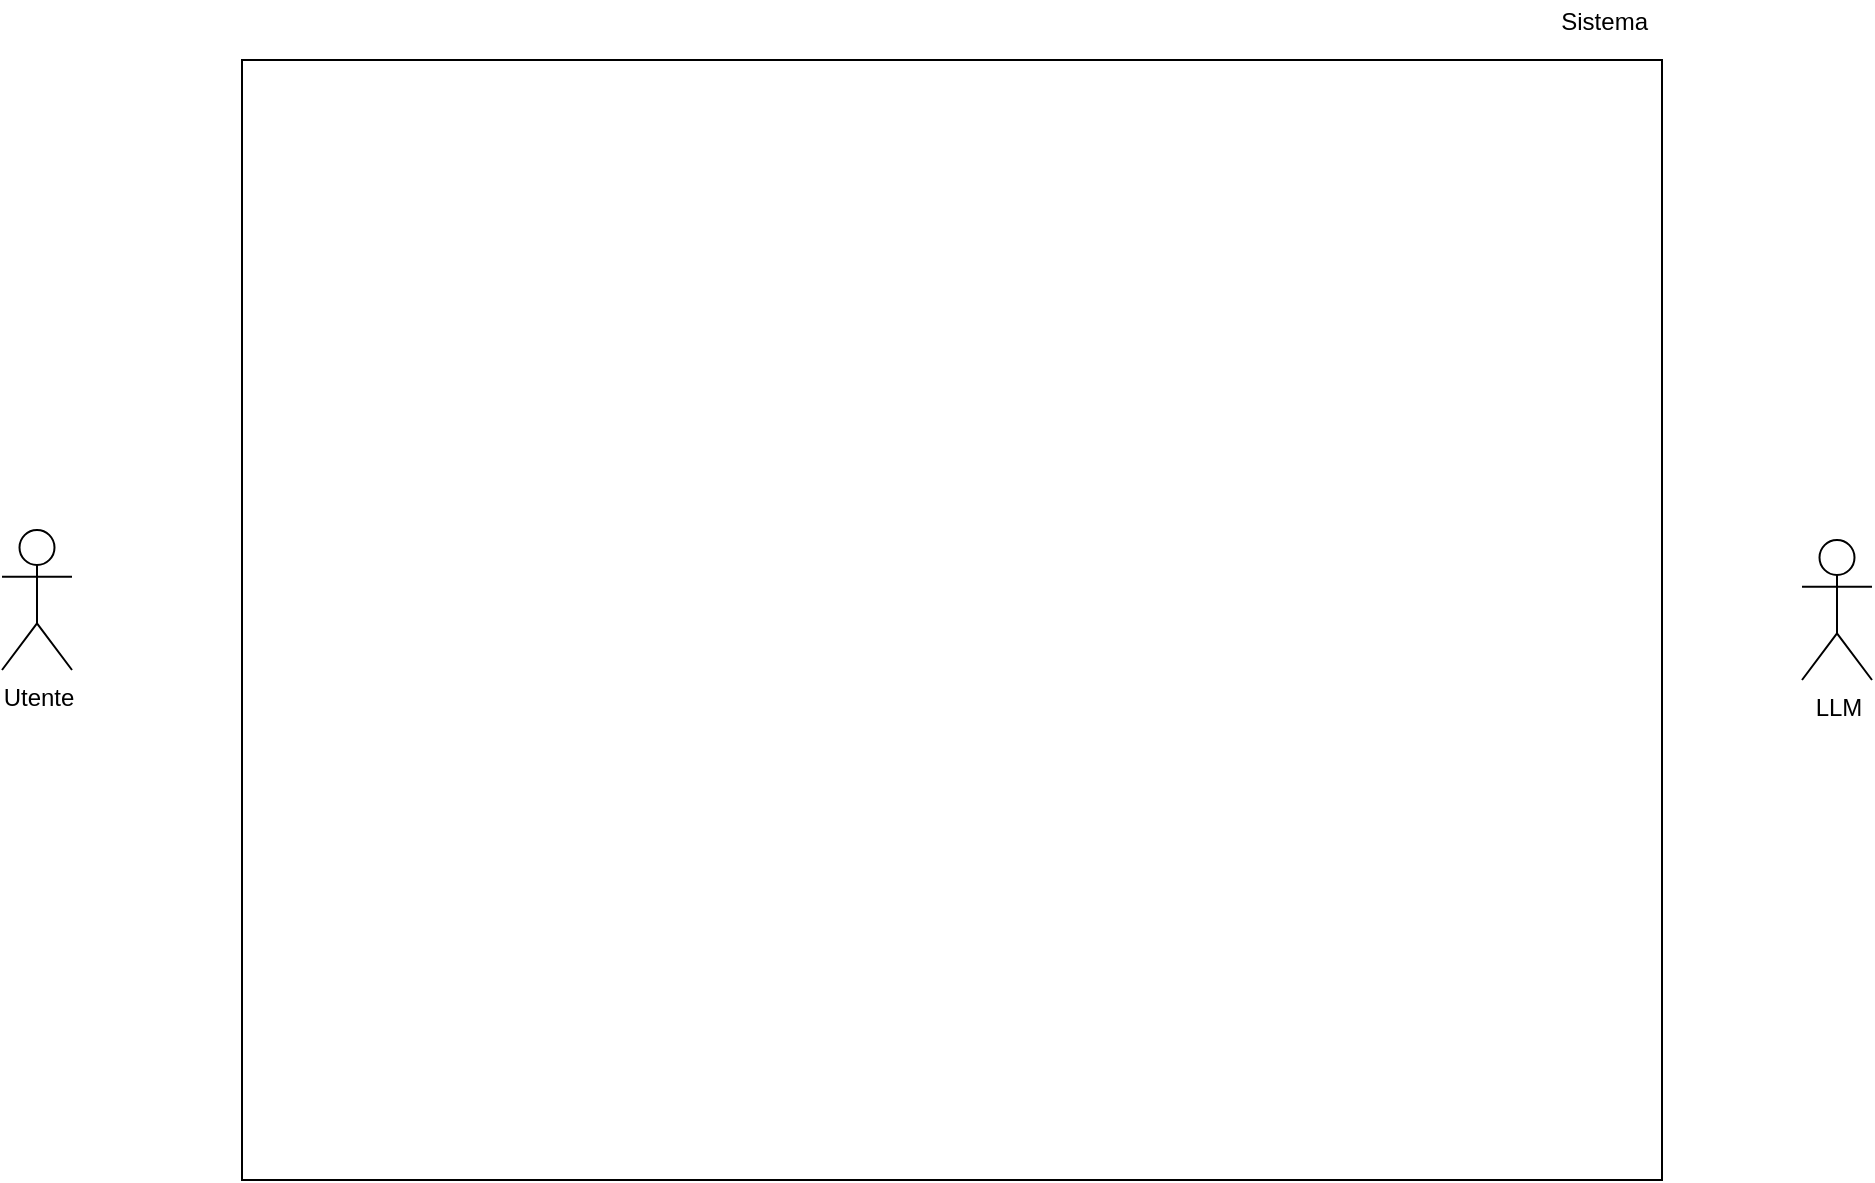
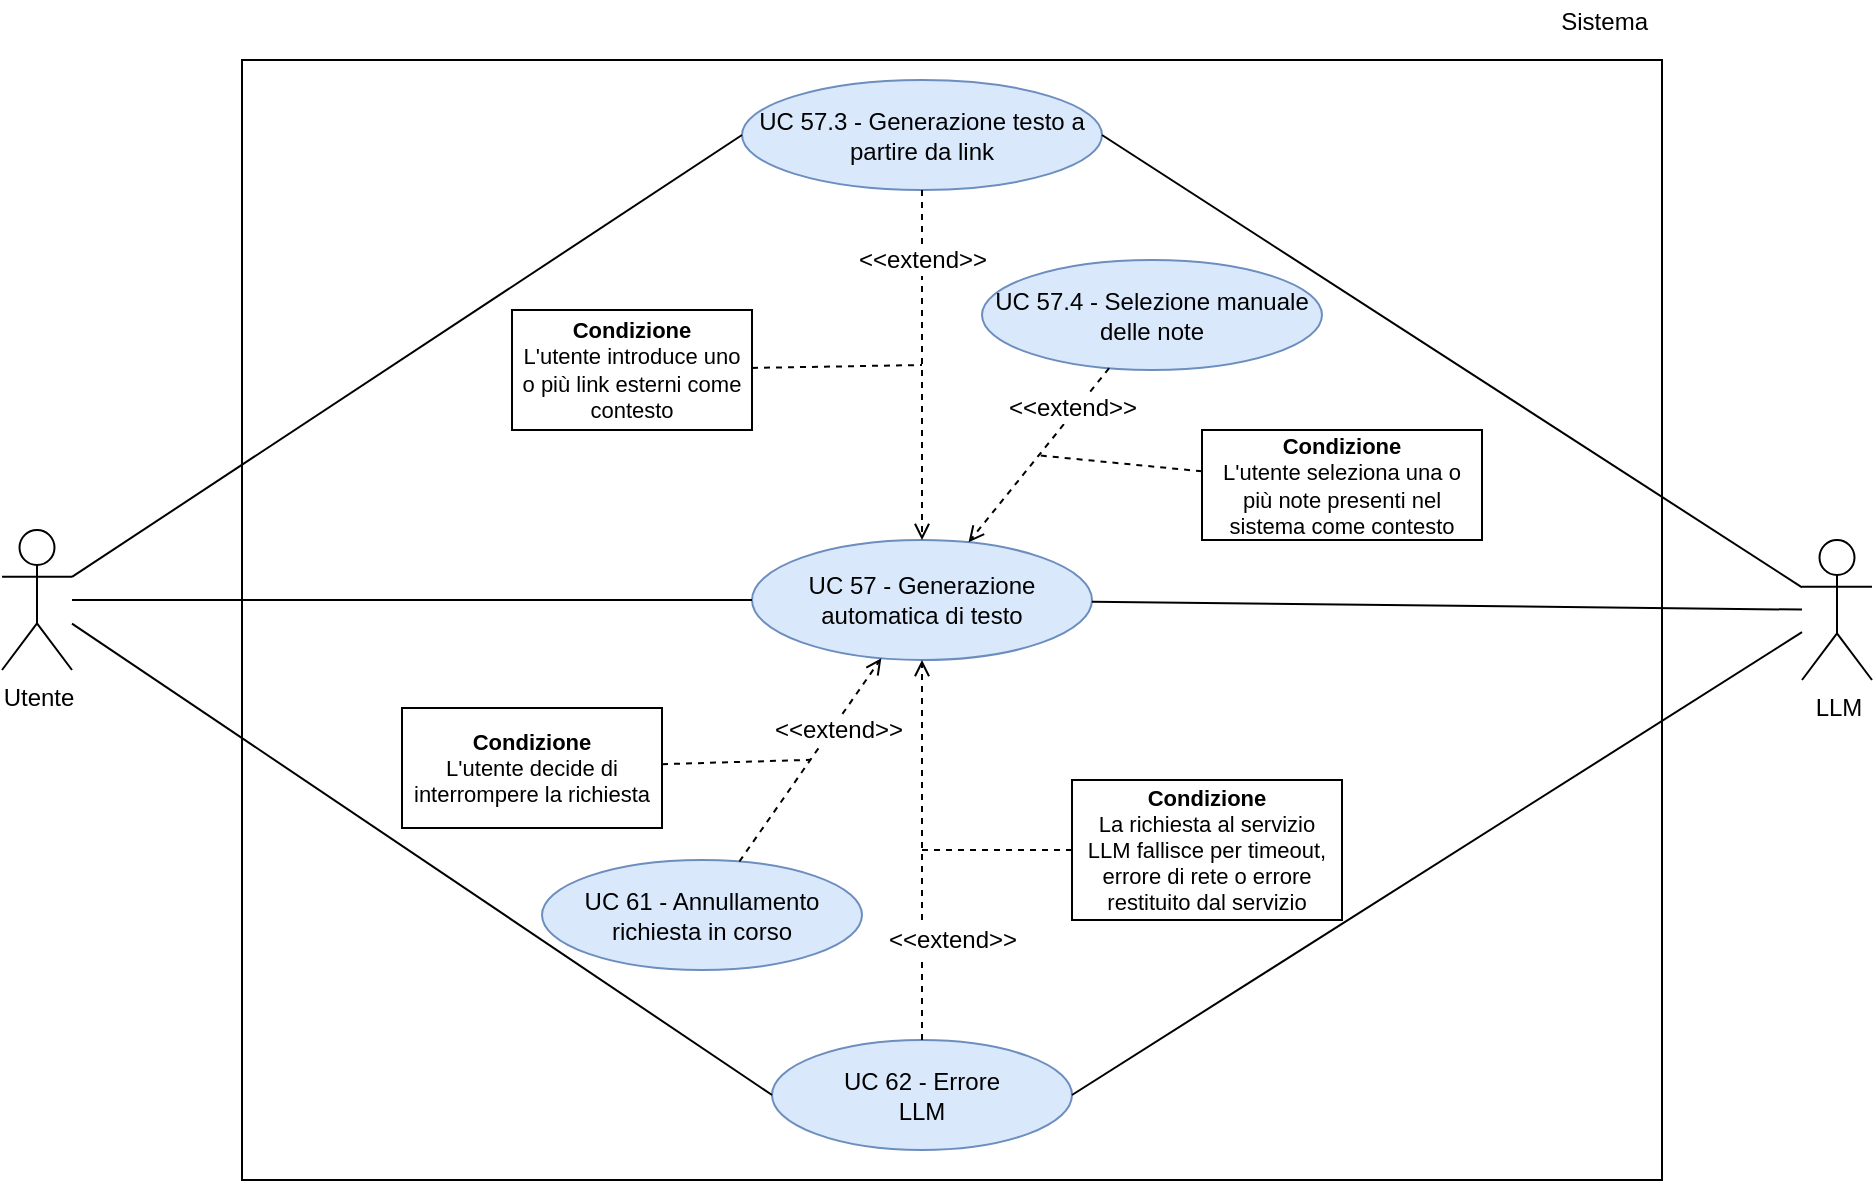
- <mxfile host="Electron" agent="Mozilla/5.0 (Macintosh; Intel Mac OS X 10_15_7) AppleWebKit/537.36 (KHTML, like Gecko) draw.io/29.6.6 Chrome/144.0.7559.236 Electron/40.8.4 Safari/537.36" version="29.6.6">
-   <diagram id="PNzmTykWjYsZv74MU9aZ" name="Page-1">
-     <mxGraphModel dx="976" dy="656" grid="1" gridSize="10" guides="1" tooltips="1" connect="1" arrows="1" fold="1" page="1" pageScale="1" pageWidth="1169" pageHeight="827" math="0" shadow="0">
+ <mxfile host="app.diagrams.net">
+   <diagram name="Page-1" id="S9Sk4aXiUNMs9s_fJHhJ">
+     <mxGraphModel dx="2199" dy="789" grid="1" gridSize="10" guides="1" tooltips="1" connect="1" arrows="1" fold="1" page="1" pageScale="1" pageWidth="850" pageHeight="1100" math="0" shadow="0">
      <root>
        <mxCell id="0" />
        <mxCell id="1" parent="0" />
-         <mxCell id="actor-user" parent="1" style="shape=umlActor;verticalLabelPosition=bottom;verticalAlign=top;html=1;outlineConnect=0;fontSize=12;" value="&lt;font&gt;Utente&lt;/font&gt;" vertex="1">
-           <mxGeometry height="70" width="35" x="160" y="325" as="geometry" />
+         <mxCell id="B4opXix7NniQV_eAezjW-28" parent="1" style="shape=umlActor;verticalLabelPosition=bottom;verticalAlign=top;html=1;outlineConnect=0;fontSize=12;" value="&lt;font&gt;Utente&lt;/font&gt;" vertex="1">
+           <mxGeometry height="70" width="35" x="-10" y="315" as="geometry" />
        </mxCell>
-         <mxCell id="actor-llm" parent="1" style="shape=umlActor;verticalLabelPosition=bottom;verticalAlign=top;html=1;outlineConnect=0;fontSize=12;" value="&lt;font&gt;LLM&lt;/font&gt;" vertex="1">
-           <mxGeometry height="70" width="35" x="1060" y="330" as="geometry" />
+         <mxCell id="B4opXix7NniQV_eAezjW-29" parent="1" style="shape=umlActor;verticalLabelPosition=bottom;verticalAlign=top;html=1;outlineConnect=0;fontSize=12;" value="&lt;font&gt;LLM&lt;/font&gt;" vertex="1">
+           <mxGeometry height="70" width="35" x="890" y="320" as="geometry" />
        </mxCell>
-         <mxCell id="system-boundary" parent="1" style="rounded=0;whiteSpace=wrap;html=1;strokeWidth=1;fontSize=12;" value="" vertex="1">
-           <mxGeometry height="560" width="710" x="280" y="90" as="geometry" />
+         <mxCell id="B4opXix7NniQV_eAezjW-30" parent="1" style="rounded=0;whiteSpace=wrap;html=1;strokeWidth=1;fontSize=12;" value="" vertex="1">
+           <mxGeometry height="560" width="710" x="110" y="80" as="geometry" />
        </mxCell>
-         <mxCell id="system-label" parent="1" style="text;html=1;whiteSpace=wrap;strokeColor=none;fillColor=none;align=right;verticalAlign=middle;fontSize=12;" value="&lt;font&gt;Sistema&lt;/font&gt;" vertex="1">
-           <mxGeometry height="22" width="65" x="920" y="60" as="geometry" />
+         <mxCell id="B4opXix7NniQV_eAezjW-31" parent="1" style="text;html=1;whiteSpace=wrap;strokeColor=none;fillColor=none;align=right;verticalAlign=middle;fontSize=12;" value="&lt;font&gt;Sistema&lt;/font&gt;" vertex="1">
+           <mxGeometry height="22" width="65" x="750" y="50" as="geometry" />
        </mxCell>
- <<<<<<< HEAD
-         <mxCell id="uc55" parent="1" style="ellipse;whiteSpace=wrap;html=1;fillColor=#dae8fc;strokeColor=#6c8ebf;fontSize=12;" value="&lt;font&gt;UC57 - Generazione automatica di testo&lt;br&gt;&lt;/font&gt;" vertex="1">
-           <mxGeometry height="60" width="170" x="535" y="330" as="geometry" />
+         <mxCell id="B4opXix7NniQV_eAezjW-32" parent="1" style="ellipse;whiteSpace=wrap;html=1;fillColor=#dae8fc;strokeColor=#6c8ebf;fontSize=12;" value="&lt;font&gt;UC 57 - Generazione automatica di testo&lt;br&gt;&lt;/font&gt;" vertex="1">
+           <mxGeometry height="60" width="170" x="365" y="320" as="geometry" />
        </mxCell>
-         <mxCell id="uc55-1" parent="1" style="ellipse;whiteSpace=wrap;html=1;fillColor=#dae8fc;strokeColor=#6c8ebf;fontSize=12;" value="&lt;font&gt;UC57.4 - Generazione testo a partire da link&lt;/font&gt;" vertex="1">
-           <mxGeometry height="55" width="180" x="530" y="100" as="geometry" />
+         <mxCell id="B4opXix7NniQV_eAezjW-33" parent="1" style="ellipse;whiteSpace=wrap;html=1;fillColor=#dae8fc;strokeColor=#6c8ebf;fontSize=12;" value="&lt;font&gt;UC 57.3 - Generazione testo a partire da link&lt;/font&gt;" vertex="1">
+           <mxGeometry height="55" width="180" x="360" y="90" as="geometry" />
        </mxCell>
-         <mxCell id="uc62" parent="1" style="ellipse;whiteSpace=wrap;html=1;fillColor=#dae8fc;strokeColor=#6c8ebf;fontSize=12;" value="&lt;font&gt;UC61 - Annullamento&lt;br&gt;richiesta in corso&lt;/font&gt;" vertex="1">
-           <mxGeometry height="55" width="160" x="430" y="490" as="geometry" />
+         <mxCell id="B4opXix7NniQV_eAezjW-34" parent="1" style="ellipse;whiteSpace=wrap;html=1;fillColor=#dae8fc;strokeColor=#6c8ebf;fontSize=12;" value="&lt;font&gt;UC 61 - Annullamento&lt;br&gt;richiesta in corso&lt;/font&gt;" vertex="1">
+           <mxGeometry height="55" width="160" x="260" y="480" as="geometry" />
        </mxCell>
-         <mxCell id="uc63" parent="1" style="ellipse;whiteSpace=wrap;html=1;fillColor=#dae8fc;strokeColor=#6c8ebf;fontSize=12;" value="&lt;font&gt;UC62 - Errore&lt;br&gt;LLM&lt;/font&gt;" vertex="1">
-           <mxGeometry height="55" width="150" x="545" y="580" as="geometry" />
+         <mxCell id="B4opXix7NniQV_eAezjW-35" parent="1" style="ellipse;whiteSpace=wrap;html=1;fillColor=#dae8fc;strokeColor=#6c8ebf;fontSize=12;" value="&lt;font&gt;UC 62 - Errore&lt;br&gt;LLM&lt;/font&gt;" vertex="1">
+           <mxGeometry height="55" width="150" x="375" y="570" as="geometry" />
        </mxCell>
-         <mxCell id="uc64" parent="1" style="ellipse;whiteSpace=wrap;html=1;fillColor=#dae8fc;strokeColor=#6c8ebf;fontSize=12;" value="&lt;font&gt;UC57.5 - Selezione manuale delle note&lt;/font&gt;" vertex="1">
- =======
-         <mxCell id="uc55" parent="1" style="ellipse;whiteSpace=wrap;html=1;fillColor=#dae8fc;strokeColor=#6c8ebf;fontSize=12;" value="&lt;font&gt;UC 57 - Generazione automatica di testo&lt;br&gt;&lt;/font&gt;" vertex="1">
-           <mxGeometry height="60" width="170" x="535" y="330" as="geometry" />
+         <mxCell id="B4opXix7NniQV_eAezjW-36" parent="1" style="ellipse;whiteSpace=wrap;html=1;fillColor=#dae8fc;strokeColor=#6c8ebf;fontSize=12;" value="&lt;font&gt;UC 57.4 - Selezione manuale delle note&lt;/font&gt;" vertex="1">
+           <mxGeometry height="55" width="170" x="480" y="180" as="geometry" />
        </mxCell>
-         <mxCell id="uc55-1" parent="1" style="ellipse;whiteSpace=wrap;html=1;fillColor=#dae8fc;strokeColor=#6c8ebf;fontSize=12;" value="&lt;font&gt;UC 57.4 - Generazione testo a partire da link&lt;/font&gt;" vertex="1">
-           <mxGeometry height="55" width="180" x="530" y="100" as="geometry" />
-         </mxCell>
-         <mxCell id="uc62" parent="1" style="ellipse;whiteSpace=wrap;html=1;fillColor=#dae8fc;strokeColor=#6c8ebf;fontSize=12;" value="&lt;font&gt;UC 61 - Annullamento&lt;br&gt;richiesta in corso&lt;/font&gt;" vertex="1">
-           <mxGeometry height="55" width="160" x="430" y="490" as="geometry" />
-         </mxCell>
-         <mxCell id="uc63" parent="1" style="ellipse;whiteSpace=wrap;html=1;fillColor=#dae8fc;strokeColor=#6c8ebf;fontSize=12;" value="&lt;font&gt;UC 62 - Errore&lt;br&gt;LLM&lt;/font&gt;" vertex="1">
-           <mxGeometry height="55" width="150" x="545" y="580" as="geometry" />
-         </mxCell>
-         <mxCell id="uc64" parent="1" style="ellipse;whiteSpace=wrap;html=1;fillColor=#dae8fc;strokeColor=#6c8ebf;fontSize=12;" value="&lt;font&gt;UC 57.5 - Selezione manuale delle note&lt;/font&gt;" vertex="1">
- >>>>>>> origin/main
-           <mxGeometry height="55" width="170" x="650" y="190" as="geometry" />
-         </mxCell>
-         <mxCell id="assoc-user-uc55" edge="1" parent="1" source="actor-user" style="edgeStyle=none;rounded=0;orthogonalLoop=1;jettySize=auto;html=1;endArrow=none;endFill=0;fontSize=12;" target="uc55">
+         <mxCell id="B4opXix7NniQV_eAezjW-37" edge="1" parent="1" source="B4opXix7NniQV_eAezjW-28" style="edgeStyle=none;rounded=0;orthogonalLoop=1;jettySize=auto;html=1;endArrow=none;endFill=0;fontSize=12;" target="B4opXix7NniQV_eAezjW-32">
          <mxGeometry relative="1" as="geometry" />
        </mxCell>
-         <mxCell id="assoc-uc55-llm" edge="1" parent="1" source="uc55" style="edgeStyle=none;rounded=0;orthogonalLoop=1;jettySize=auto;html=1;endArrow=none;endFill=0;fontSize=12;" target="actor-llm">
+         <mxCell id="B4opXix7NniQV_eAezjW-38" edge="1" parent="1" source="B4opXix7NniQV_eAezjW-32" style="edgeStyle=none;rounded=0;orthogonalLoop=1;jettySize=auto;html=1;endArrow=none;endFill=0;fontSize=12;" target="B4opXix7NniQV_eAezjW-29">
          <mxGeometry relative="1" as="geometry" />
        </mxCell>
-         <mxCell id="assoc-user-uc55-1" edge="1" parent="1" source="actor-user" style="edgeStyle=none;rounded=0;orthogonalLoop=1;jettySize=auto;html=1;endArrow=none;endFill=0;fontSize=12;entryX=0;entryY=0.5;entryDx=0;entryDy=0;" target="uc55-1">
+         <mxCell id="B4opXix7NniQV_eAezjW-39" edge="1" parent="1" source="B4opXix7NniQV_eAezjW-28" style="edgeStyle=none;rounded=0;orthogonalLoop=1;jettySize=auto;html=1;endArrow=none;endFill=0;fontSize=12;entryX=0;entryY=0.5;entryDx=0;entryDy=0;" target="B4opXix7NniQV_eAezjW-33">
          <mxGeometry relative="1" as="geometry" />
        </mxCell>
-         <mxCell id="assoc-uc55-1-llm" edge="1" parent="1" source="uc55-1" style="edgeStyle=none;rounded=0;orthogonalLoop=1;jettySize=auto;html=1;endArrow=none;endFill=0;fontSize=12;exitX=1;exitY=0.5;exitDx=0;exitDy=0;" target="actor-llm">
+         <mxCell id="B4opXix7NniQV_eAezjW-40" edge="1" parent="1" source="B4opXix7NniQV_eAezjW-33" style="edgeStyle=none;rounded=0;orthogonalLoop=1;jettySize=auto;html=1;endArrow=none;endFill=0;fontSize=12;exitX=1;exitY=0.5;exitDx=0;exitDy=0;" target="B4opXix7NniQV_eAezjW-29">
          <mxGeometry relative="1" as="geometry" />
        </mxCell>
-         <mxCell id="assoc-uc63-llm" edge="1" parent="1" source="uc63" style="edgeStyle=none;rounded=0;orthogonalLoop=1;jettySize=auto;html=1;endArrow=none;endFill=0;fontSize=12;exitX=1;exitY=0.5;exitDx=0;exitDy=0;" target="actor-llm">
+         <mxCell id="B4opXix7NniQV_eAezjW-41" edge="1" parent="1" source="B4opXix7NniQV_eAezjW-35" style="edgeStyle=none;rounded=0;orthogonalLoop=1;jettySize=auto;html=1;endArrow=none;endFill=0;fontSize=12;exitX=1;exitY=0.5;exitDx=0;exitDy=0;" target="B4opXix7NniQV_eAezjW-29">
          <mxGeometry relative="1" as="geometry" />
        </mxCell>
-         <mxCell id="extend-uc55-1-uc55" edge="1" parent="1" source="uc55-1" style="dashed=1;endArrow=open;endFill=0;html=1;rounded=0;fontSize=12;" target="uc55">
+         <mxCell id="B4opXix7NniQV_eAezjW-42" edge="1" parent="1" source="B4opXix7NniQV_eAezjW-33" style="dashed=1;endArrow=open;endFill=0;html=1;rounded=0;fontSize=12;" target="B4opXix7NniQV_eAezjW-32">
          <mxGeometry relative="1" as="geometry" />
        </mxCell>
-         <mxCell id="extend-label-55-1" connectable="0" parent="extend-uc55-1-uc55" style="edgeLabel;html=1;align=center;verticalAlign=middle;resizable=0;points=[];fontSize=12;" value="&lt;font&gt;&amp;lt;&amp;lt;extend&amp;gt;&amp;gt;&lt;/font&gt;" vertex="1">
+         <mxCell id="B4opXix7NniQV_eAezjW-43" connectable="0" parent="B4opXix7NniQV_eAezjW-42" style="edgeLabel;html=1;align=center;verticalAlign=middle;resizable=0;points=[];fontSize=12;" value="&lt;font&gt;&amp;lt;&amp;lt;extend&amp;gt;&amp;gt;&lt;/font&gt;" vertex="1">
          <mxGeometry relative="1" x="-0.05" y="-1" as="geometry">
            <mxPoint x="1" y="-48" as="offset" />
          </mxGeometry>
        </mxCell>
-         <mxCell id="extend-uc62-uc55" edge="1" parent="1" source="uc62" style="dashed=1;endArrow=open;endFill=0;html=1;rounded=0;fontSize=12;" target="uc55">
+         <mxCell id="B4opXix7NniQV_eAezjW-44" edge="1" parent="1" source="B4opXix7NniQV_eAezjW-34" style="dashed=1;endArrow=open;endFill=0;html=1;rounded=0;fontSize=12;" target="B4opXix7NniQV_eAezjW-32">
          <mxGeometry relative="1" as="geometry" />
        </mxCell>
-         <mxCell id="extend-label-62" connectable="0" parent="extend-uc62-uc55" style="edgeLabel;html=1;align=center;verticalAlign=middle;resizable=0;points=[];fontSize=12;" value="&lt;font&gt;&amp;lt;&amp;lt;extend&amp;gt;&amp;gt;&lt;/font&gt;" vertex="1">
+         <mxCell id="B4opXix7NniQV_eAezjW-45" connectable="0" parent="B4opXix7NniQV_eAezjW-44" style="edgeLabel;html=1;align=center;verticalAlign=middle;resizable=0;points=[];fontSize=12;" value="&lt;font&gt;&amp;lt;&amp;lt;extend&amp;gt;&amp;gt;&lt;/font&gt;" vertex="1">
          <mxGeometry relative="1" x="-0.05" y="-1" as="geometry">
            <mxPoint x="14" y="-18" as="offset" />
          </mxGeometry>
        </mxCell>
-         <mxCell id="extend-uc63-uc55" edge="1" parent="1" source="uc63" style="dashed=1;endArrow=open;endFill=0;html=1;rounded=0;fontSize=12;" target="uc55">
+         <mxCell id="B4opXix7NniQV_eAezjW-46" edge="1" parent="1" source="B4opXix7NniQV_eAezjW-35" style="dashed=1;endArrow=open;endFill=0;html=1;rounded=0;fontSize=12;" target="B4opXix7NniQV_eAezjW-32">
          <mxGeometry relative="1" as="geometry" />
        </mxCell>
-         <mxCell id="extend-label-63" connectable="0" parent="extend-uc63-uc55" style="edgeLabel;html=1;align=center;verticalAlign=middle;resizable=0;points=[];fontSize=12;" value="&lt;font&gt;&amp;lt;&amp;lt;extend&amp;gt;&amp;gt;&lt;/font&gt;" vertex="1">
+         <mxCell id="B4opXix7NniQV_eAezjW-47" connectable="0" parent="B4opXix7NniQV_eAezjW-46" style="edgeLabel;html=1;align=center;verticalAlign=middle;resizable=0;points=[];fontSize=12;" value="&lt;font&gt;&amp;lt;&amp;lt;extend&amp;gt;&amp;gt;&lt;/font&gt;" vertex="1">
          <mxGeometry relative="1" x="-0.05" y="-1" as="geometry">
            <mxPoint x="14" y="40" as="offset" />
          </mxGeometry>
        </mxCell>
-         <mxCell id="extend-uc64-uc55" edge="1" parent="1" source="uc64" style="dashed=1;endArrow=open;endFill=0;html=1;rounded=0;fontSize=12;" target="uc55">
+         <mxCell id="B4opXix7NniQV_eAezjW-48" edge="1" parent="1" source="B4opXix7NniQV_eAezjW-36" style="dashed=1;endArrow=open;endFill=0;html=1;rounded=0;fontSize=12;" target="B4opXix7NniQV_eAezjW-32">
          <mxGeometry relative="1" as="geometry" />
        </mxCell>
-         <mxCell id="extend-label-64" connectable="0" parent="extend-uc64-uc55" style="edgeLabel;html=1;align=center;verticalAlign=middle;resizable=0;points=[];fontSize=12;" value="&lt;font&gt;&amp;lt;&amp;lt;extend&amp;gt;&amp;gt;&lt;/font&gt;" vertex="1">
+         <mxCell id="B4opXix7NniQV_eAezjW-49" connectable="0" parent="B4opXix7NniQV_eAezjW-48" style="edgeLabel;html=1;align=center;verticalAlign=middle;resizable=0;points=[];fontSize=12;" value="&lt;font&gt;&amp;lt;&amp;lt;extend&amp;gt;&amp;gt;&lt;/font&gt;" vertex="1">
          <mxGeometry relative="1" x="-0.05" y="1" as="geometry">
            <mxPoint x="14" y="-22" as="offset" />
          </mxGeometry>
        </mxCell>
-         <mxCell id="condition-uc55-1" parent="1" style="rounded=0;whiteSpace=wrap;html=1;fillColor=#ffffff;strokeColor=#000000;fontSize=11;align=center;verticalAlign=middle;spacing=6;" value="&lt;b&gt;Condizione&lt;/b&gt;&lt;br&gt;L&#39;utente introduce uno o più link esterni come contesto" vertex="1">
-           <mxGeometry height="60" width="120" x="415" y="215" as="geometry" />
+         <mxCell id="B4opXix7NniQV_eAezjW-50" parent="1" style="rounded=0;whiteSpace=wrap;html=1;fillColor=#ffffff;strokeColor=#000000;fontSize=11;align=center;verticalAlign=middle;spacing=6;" value="&lt;b&gt;Condizione&lt;/b&gt;&lt;br&gt;L&#39;utente introduce uno o più link esterni come contesto" vertex="1">
+           <mxGeometry height="60" width="120" x="245" y="205" as="geometry" />
        </mxCell>
-         <mxCell id="condition-uc62" parent="1" style="rounded=0;whiteSpace=wrap;html=1;fillColor=#ffffff;strokeColor=#000000;fontSize=11;align=center;verticalAlign=middle;spacing=6;" value="&lt;b&gt;Condizione&lt;/b&gt;&lt;br&gt;L&#39;utente decide di interrompere la richiesta" vertex="1">
-           <mxGeometry height="60" width="130" x="360" y="414" as="geometry" />
+         <mxCell id="B4opXix7NniQV_eAezjW-51" parent="1" style="rounded=0;whiteSpace=wrap;html=1;fillColor=#ffffff;strokeColor=#000000;fontSize=11;align=center;verticalAlign=middle;spacing=6;" value="&lt;b&gt;Condizione&lt;/b&gt;&lt;br&gt;L&#39;utente decide di interrompere la richiesta" vertex="1">
+           <mxGeometry height="60" width="130" x="190" y="404" as="geometry" />
        </mxCell>
-         <mxCell id="condition-uc64" parent="1" style="rounded=0;whiteSpace=wrap;html=1;fillColor=#ffffff;strokeColor=#000000;fontSize=11;align=center;verticalAlign=middle;spacing=6;" value="&lt;b&gt;Condizione&lt;/b&gt;&lt;br&gt;L&#39;utente seleziona una o più note presenti nel sistema come contesto" vertex="1">
-           <mxGeometry height="55" width="140" x="760" y="275" as="geometry" />
+         <mxCell id="B4opXix7NniQV_eAezjW-52" parent="1" style="rounded=0;whiteSpace=wrap;html=1;fillColor=#ffffff;strokeColor=#000000;fontSize=11;align=center;verticalAlign=middle;spacing=6;" value="&lt;b&gt;Condizione&lt;/b&gt;&lt;br&gt;L&#39;utente seleziona una o più note presenti nel sistema come contesto" vertex="1">
+           <mxGeometry height="55" width="140" x="590" y="265" as="geometry" />
        </mxCell>
-         <mxCell id="condition-line-55-1" edge="1" parent="1" source="condition-uc55-1" style="dashed=1;endArrow=none;html=1;rounded=0;strokeWidth=1;fontSize=12;" target="extend-uc55-1-uc55">
+         <mxCell id="B4opXix7NniQV_eAezjW-53" edge="1" parent="1" source="B4opXix7NniQV_eAezjW-50" style="dashed=1;endArrow=none;html=1;rounded=0;strokeWidth=1;fontSize=12;" target="B4opXix7NniQV_eAezjW-42">
          <mxGeometry relative="1" as="geometry" />
        </mxCell>
-         <mxCell id="condition-line-62" edge="1" parent="1" source="condition-uc62" style="dashed=1;endArrow=none;html=1;rounded=0;strokeWidth=1;fontSize=12;" target="extend-uc62-uc55">
+         <mxCell id="B4opXix7NniQV_eAezjW-54" edge="1" parent="1" source="B4opXix7NniQV_eAezjW-51" style="dashed=1;endArrow=none;html=1;rounded=0;strokeWidth=1;fontSize=12;" target="B4opXix7NniQV_eAezjW-44">
          <mxGeometry relative="1" as="geometry" />
        </mxCell>
-         <mxCell id="condition-line-63" edge="1" parent="1" source="condition-uc63" style="dashed=1;endArrow=none;html=1;rounded=0;strokeWidth=1;fontSize=12;" target="extend-uc63-uc55">
+         <mxCell id="B4opXix7NniQV_eAezjW-55" edge="1" parent="1" source="B4opXix7NniQV_eAezjW-58" style="dashed=1;endArrow=none;html=1;rounded=0;strokeWidth=1;fontSize=12;" target="B4opXix7NniQV_eAezjW-46">
          <mxGeometry relative="1" as="geometry" />
        </mxCell>
-         <mxCell id="condition-line-64" edge="1" parent="1" source="condition-uc64" style="dashed=1;endArrow=none;html=1;rounded=0;strokeWidth=1;fontSize=12;" target="extend-uc64-uc55">
+         <mxCell id="B4opXix7NniQV_eAezjW-56" edge="1" parent="1" source="B4opXix7NniQV_eAezjW-52" style="dashed=1;endArrow=none;html=1;rounded=0;strokeWidth=1;fontSize=12;" target="B4opXix7NniQV_eAezjW-48">
          <mxGeometry relative="1" as="geometry" />
        </mxCell>
-         <mxCell id="4S_GJxI6N92lzNAu5wbE-48" edge="1" parent="1" source="actor-user" style="edgeStyle=none;rounded=0;orthogonalLoop=1;jettySize=auto;html=1;endArrow=none;endFill=0;fontSize=12;entryX=0;entryY=0.5;entryDx=0;entryDy=0;" target="uc63" value="">
+         <mxCell id="B4opXix7NniQV_eAezjW-57" edge="1" parent="1" source="B4opXix7NniQV_eAezjW-28" style="edgeStyle=none;rounded=0;orthogonalLoop=1;jettySize=auto;html=1;endArrow=none;endFill=0;fontSize=12;entryX=0;entryY=0.5;entryDx=0;entryDy=0;" target="B4opXix7NniQV_eAezjW-35" value="">
          <mxGeometry relative="1" as="geometry">
-             <mxPoint x="225" y="370" as="sourcePoint" />
-             <mxPoint x="560" y="461" as="targetPoint" />
+             <mxPoint x="55" y="360" as="sourcePoint" />
+             <mxPoint x="390" y="451" as="targetPoint" />
          </mxGeometry>
        </mxCell>
-         <mxCell id="condition-uc63" parent="1" style="rounded=0;whiteSpace=wrap;html=1;fillColor=#ffffff;strokeColor=#000000;fontSize=11;align=center;verticalAlign=middle;spacing=6;" value="&lt;b&gt;Condizione&lt;/b&gt;&lt;br&gt;&lt;div&gt;La richiesta al servizio LLM fallisce per timeout, errore di rete o errore restituito dal servizio&lt;/div&gt;" vertex="1">
-           <mxGeometry height="70" width="135" x="695" y="450" as="geometry" />
+         <mxCell id="B4opXix7NniQV_eAezjW-58" parent="1" style="rounded=0;whiteSpace=wrap;html=1;fillColor=#ffffff;strokeColor=#000000;fontSize=11;align=center;verticalAlign=middle;spacing=6;" value="&lt;b&gt;Condizione&lt;/b&gt;&lt;br&gt;&lt;div&gt;La richiesta al servizio LLM fallisce per timeout, errore di rete o errore restituito dal servizio&lt;/div&gt;" vertex="1">
+           <mxGeometry height="70" width="135" x="525" y="440" as="geometry" />
        </mxCell>
      </root>
    </mxGraphModel>
  </diagram>
</mxfile>
